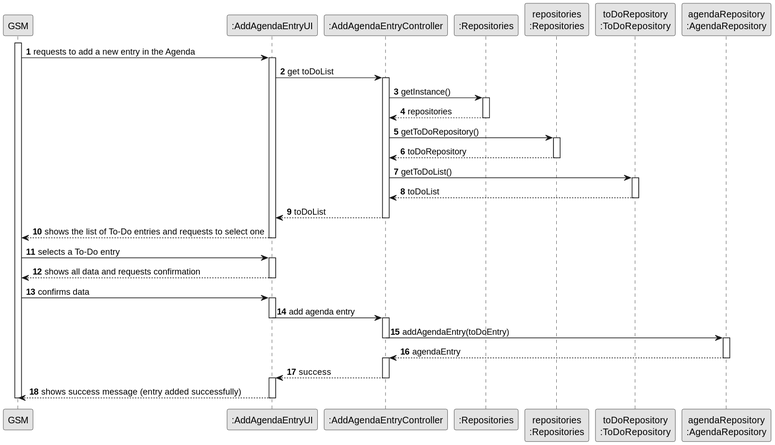
This is docs/sprintC/us022/03.design/svg/us022-sequence-diagram-full.svg from ricardomm7/leaflink, a PlantUML export, as it was before one commit.
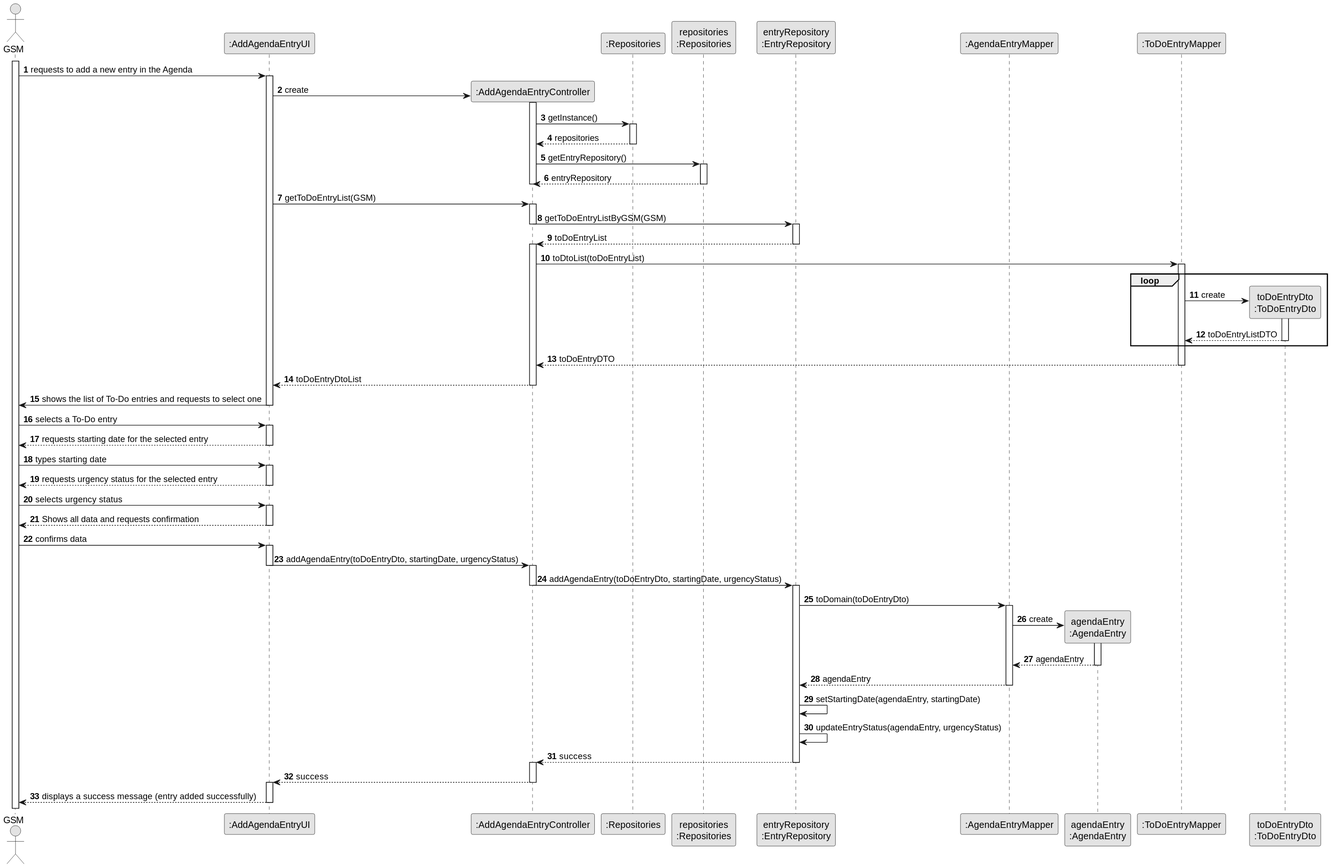
Above is the later version.

Change to the diagram source:
```diff
@@ -5,64 +5,126 @@
 
 autonumber
 
-participant "GSM" as GSM
+actor "GSM" as GSM
 participant ":AddAgendaEntryUI" as UI
 participant ":AddAgendaEntryController" as CTRL
-participant ":Repositories" as GlobRepo
+participant ":Repositories" as RepositorySingleton
 participant "repositories\n:Repositories" as PLAT
-participant "toDoRepository\n:ToDoRepository" as TODOREP
-participant "agendaRepository\n:AgendaRepository" as AGENDREP
+participant "entryRepository\n:EntryRepository" as EntryRepo
+participant ":AgendaEntryMapper" as AgendaEntryMapper
+participant "agendaEntry\n:AgendaEntry" as AgendaEntry
+participant ":ToDoEntryMapper" as ToDoEntryMapper
+participant "toDoEntryDto\n:ToDoEntryDto" as ToDoEntryDto
 
 activate GSM
-GSM -> UI : requests to add a new entry in the Agenda
-activate UI
+
+    GSM -> UI : requests to add a new entry in the Agenda
+    activate UI
+
+        UI -> CTRL **: create
+        activate CTRL
+
+            CTRL -> RepositorySingleton : getInstance()
+            activate RepositorySingleton
+
+                RepositorySingleton --> CTRL : repositories
+            deactivate RepositorySingleton
+
+            CTRL -> PLAT : getEntryRepository()
+            activate PLAT
+
+            PLAT --> CTRL : entryRepository
+            deactivate PLAT
+
+        deactivate CTRL
 
 
-UI -> CTRL: get toDoList
-activate CTRL
 
-CTRL -> GlobRepo : getInstance()
-activate GlobRepo
-GlobRepo --> CTRL : repositories
-deactivate GlobRepo
-CTRL -> PLAT : getToDoRepository()
-activate PLAT
-PLAT -->  CTRL: toDoRepository
-deactivate PLAT
+        UI -> CTRL: getToDoEntryList(GSM)
+        activate CTRL
 
-CTRL -> TODOREP : getToDoList()
-activate TODOREP
-TODOREP --> CTRL : toDoList
-deactivate TODOREP
-CTRL --> UI : toDoList
-deactivate CTRL
-UI --> GSM : shows the list of To-Do entries and requests to select one
+            CTRL -> EntryRepo: getToDoEntryListByGSM(GSM)
+            deactivate CTRL
+            activate EntryRepo
+
+            EntryRepo --> CTRL: toDoEntryList
+            deactivate EntryRepo
+            activate CTRL
+
+            CTRL -> ToDoEntryMapper : toDtoList(toDoEntryList)
+            activate ToDoEntryMapper
+
+            loop
+
+                ToDoEntryMapper -> ToDoEntryDto** : create
+                activate ToDoEntryDto
+
+                ToDoEntryDto --> ToDoEntryMapper : toDoEntryListDTO
+                deactivate ToDoEntryDto
+            end
+
+            ToDoEntryMapper --> CTRL : toDoEntryDTO
+            deactivate ToDoEntryMapper
+
+            CTRL --> UI : toDoEntryDtoList
+        deactivate CTRL
+
+        UI -> GSM : shows the list of To-Do entries and requests to select one
+    deactivate UI
+
+    GSM -> UI : selects a To-Do entry
+    activate UI
+
+        UI --> GSM : requests starting date for the selected entry
+    deactivate UI
+
+    GSM -> UI : types starting date
+    activate UI
+
+         UI --> GSM : requests urgency status for the selected entry
+    deactivate UI
+
+    GSM -> UI : selects urgency status
+    activate UI
+
+    UI --> GSM : Shows all data and requests confirmation
+    deactivate UI
+
+    GSM -> UI: confirms data
+    activate UI
+
+        UI -> CTRL : addAgendaEntry(toDoEntryDto, startingDate, urgencyStatus)
+        deactivate UI
+        activate CTRL
+
+
+            CTRL -> EntryRepo : addAgendaEntry(toDoEntryDto, startingDate, urgencyStatus)
+            deactivate CTRL
+            activate EntryRepo
+
+            EntryRepo -> AgendaEntryMapper : toDomain(toDoEntryDto)
+            activate AgendaEntryMapper
+
+                AgendaEntryMapper -> AgendaEntry** : create
+                activate AgendaEntry
+
+                AgendaEntry --> AgendaEntryMapper : agendaEntry
+                deactivate AgendaEntry
+
+            AgendaEntryMapper --> EntryRepo : agendaEntry
+            deactivate AgendaEntryMapper
+
+                EntryRepo -> EntryRepo : setStartingDate(agendaEntry, startingDate)
+                EntryRepo -> EntryRepo : updateEntryStatus(agendaEntry, urgencyStatus)
+
+            EntryRepo --> CTRL : success
+            deactivate EntryRepo
+            activate CTRL
+
+        CTRL --> UI : success
+    deactivate CTRL
+    activate UI
+
+    UI --> GSM : displays a success message (entry added successfully)
 deactivate UI
-
-GSM -> UI : selects a To-Do entry
-activate UI
-
-UI --> GSM: shows all data and requests confirmation
-deactivate UI
-
-GSM -> UI: confirms data
-activate UI
-
-UI -> CTRL : add agenda entry
-deactivate UI
-activate CTRL
-
-CTRL -> AGENDREP : addAgendaEntry(toDoEntry)
-deactivate CTRL
-
-activate AGENDREP
-AGENDREP --> CTRL : agendaEntry
-deactivate AGENDREP
-activate CTRL
-CTRL --> UI : success
-deactivate CTRL
-activate UI
-UI --> GSM : shows success message (entry added successfully)
-deactivate UI
-deactivate GSM
 @enduml
```
